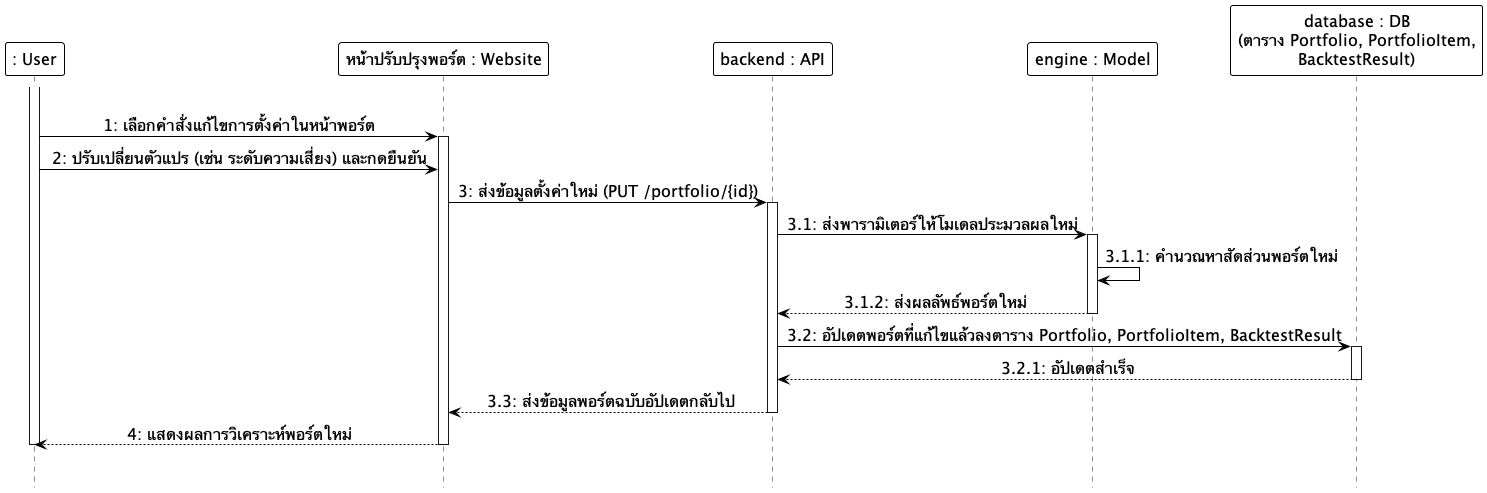
Before: docs/diagrams/images/sequence/sequence_07_edit_portfolio_settings.png, a diagram exported from PlantUML (Anatta-at/my-portfolio-app). Its diagram source:
```plantuml
@startuml
hide footbox
skinparam monochrome true
skinparam shadowing false
skinparam backgroundcolor transparent
skinparam ParticipantMinHeight 60
skinparam ParticipantMinWidth 160
skinparam ParticipantBackgroundColor white
skinparam ParticipantBorderColor black
skinparam ParticipantBorderThickness 1.0
skinparam ParticipantFontSize 16
skinparam LifeLineBackgroundColor white
skinparam LifeLineBorderColor black
skinparam LifeLineBorderThickness 1.0
skinparam ArrowColor black
skinparam ArrowFontSize 16
skinparam sequenceMessageAlign center

participant ": User" as User
participant "หน้าปรับปรุงพอร์ต : Website" as Frontend
participant "backend : API" as Backend
participant "engine : Model" as Model
participant "database : DB\n(ตาราง Portfolio, PortfolioItem,\nBacktestResult)" as DB

|||
activate User
User -> Frontend: 1: เลือกคำสั่งแก้ไขการตั้งค่าในหน้าพอร์ต
activate Frontend
User -> Frontend: 2: ปรับเปลี่ยนตัวแปร (เช่น ระดับความเสี่ยง) และกดยืนยัน
Frontend -> Backend: 3: ส่งข้อมูลตั้งค่าใหม่ (PUT /portfolio/{id})
activate Backend
Backend -> Model: 3.1: ส่งพารามิเตอร์ให้โมเดลประมวลผลใหม่
activate Model
Model -> Model: 3.1.1: คำนวณหาสัดส่วนพอร์ตใหม่
Model --> Backend: 3.1.2: ส่งผลลัพธ์พอร์ตใหม่
deactivate Model
Backend -> DB: 3.2: อัปเดตพอร์ตที่แก้ไขแล้วลงตาราง Portfolio, PortfolioItem, BacktestResult
activate DB
DB --> Backend: 3.2.1: อัปเดตสำเร็จ
deactivate DB
Backend --> Frontend: 3.3: ส่งข้อมูลพอร์ตฉบับอัปเดตกลับไป
deactivate Backend
Frontend --> User: 4: แสดงผลการวิเคราะห์พอร์ตใหม่
deactivate Frontend
deactivate User
|||
@enduml
```
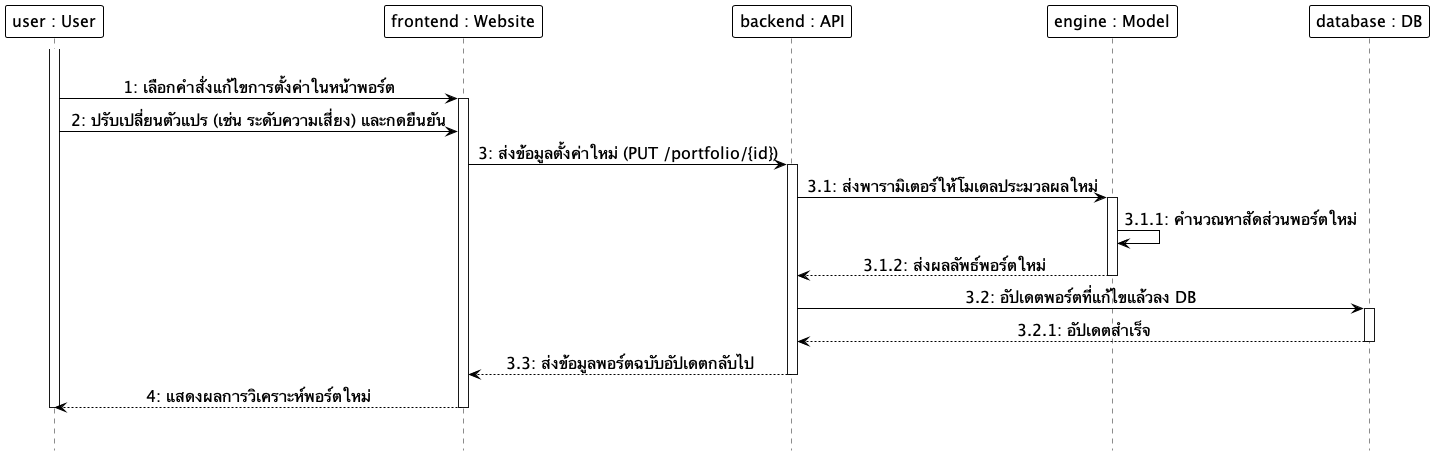
After the commit.

Change to the diagram source:
```diff
@@ -16,11 +16,11 @@
 skinparam ArrowFontSize 16
 skinparam sequenceMessageAlign center
 
-participant ": User" as User
-participant "หน้าปรับปรุงพอร์ต : Website" as Frontend
+participant "user : User" as User
+participant "frontend : Website" as Frontend
 participant "backend : API" as Backend
 participant "engine : Model" as Model
-participant "database : DB\n(ตาราง Portfolio, PortfolioItem,\nBacktestResult)" as DB
+participant "database : DB" as DB
 
 |||
 activate User
@@ -34,7 +34,7 @@
 Model -> Model: 3.1.1: คำนวณหาสัดส่วนพอร์ตใหม่
 Model --> Backend: 3.1.2: ส่งผลลัพธ์พอร์ตใหม่
 deactivate Model
-Backend -> DB: 3.2: อัปเดตพอร์ตที่แก้ไขแล้วลงตาราง Portfolio, PortfolioItem, BacktestResult
+Backend -> DB: 3.2: อัปเดตพอร์ตที่แก้ไขแล้วลง DB
 activate DB
 DB --> Backend: 3.2.1: อัปเดตสำเร็จ
 deactivate DB
```
